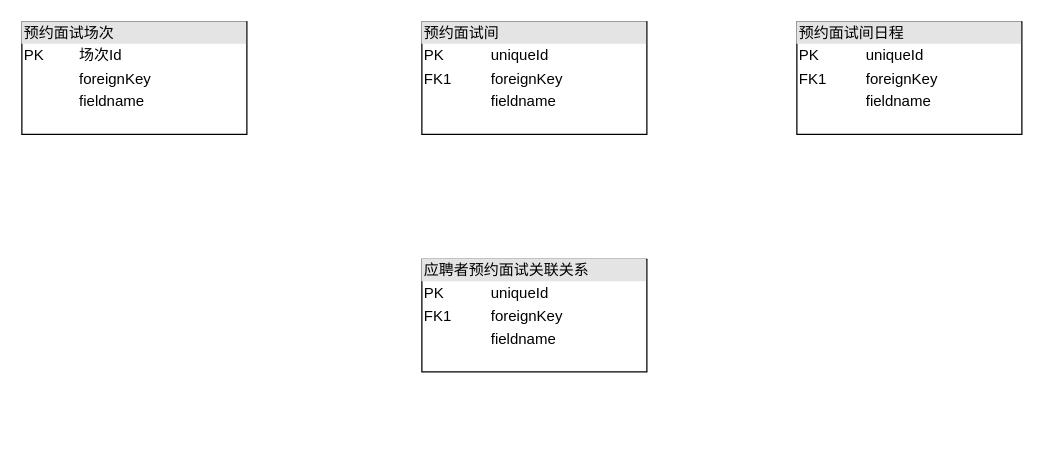
This is Untitled Diagram.drawio from mozhu33/Diagrams, a draw.io file, before an edit. Source tidied: cells renumbered, new cells numbered last; positions are measured from the earlier drawing's top-left corner, leaving out a move shared by most shapes. Both pictures are drawn from the tidied source at 125%, with x=0, y=0 at pixel (21, 21).
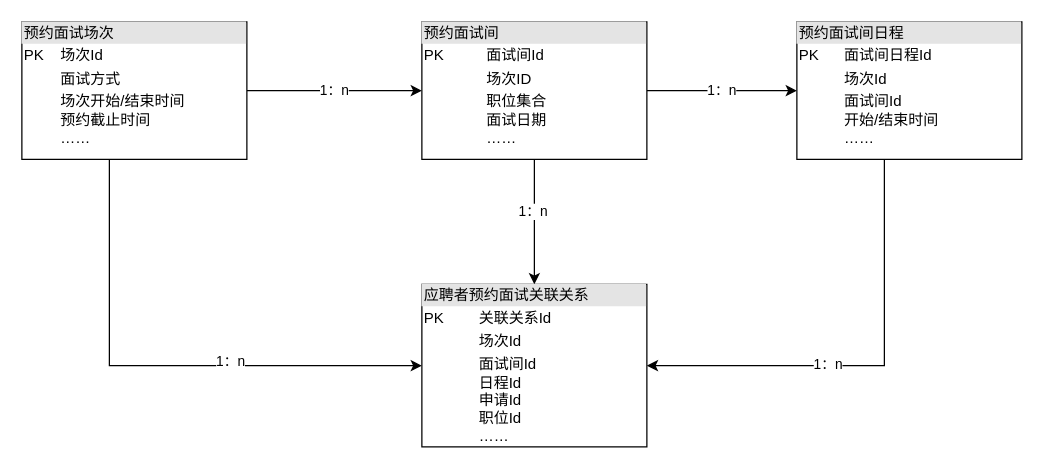
The same page after the edit.

The edit, as a diff of the source:
```diff
@@
 <mxGraphModel>
   <root>
     <mxCell id="0" />
     <mxCell id="1" parent="0" />
+    <mxCell id="6" value="1：n" style="edgeStyle=orthogonalEdgeStyle;rounded=0;jettySize=auto;html=1;" parent="1" edge="1" source="2" target="3">
+      <mxGeometry relative="1" as="geometry" />
+    </mxCell>
+    <mxCell id="7" style="edgeStyle=orthogonalEdgeStyle;rounded=0;jettySize=auto;html=1;entryX=0;entryY=0.5;entryDx=0;entryDy=0;" parent="1" edge="1" source="2" target="5">
+      <mxGeometry relative="1" as="geometry">
+        <Array as="points">
+          <mxPoint x="70" y="275" />
+        </Array>
+      </mxGeometry>
+    </mxCell>
+    <mxCell id="8" value="1：n" style="edgeLabel;html=1;align=center;verticalAlign=middle;" parent="7" vertex="1">
+      <mxGeometry x="0.26" y="4" relative="1" as="geometry" />
+    </mxCell>
-    <mxCell id="2" value="&lt;div style=&quot;box-sizing: border-box ; width: 100% ; background: #e4e4e4 ; padding: 2px&quot;&gt;预约面试场次&lt;/div&gt;&lt;table style=&quot;width: 100% ; font-size: 1em&quot; cellpadding=&quot;2&quot; cellspacing=&quot;0&quot;&gt;&lt;tbody&gt;&lt;tr&gt;&lt;td&gt;PK&lt;/td&gt;&lt;td&gt;场次Id&amp;nbsp;&lt;/td&gt;&lt;/tr&gt;&lt;tr&gt;&lt;td&gt;&lt;br&gt;&lt;/td&gt;&lt;td&gt;foreignKey&lt;/td&gt;&lt;/tr&gt;&lt;tr&gt;&lt;td&gt;&lt;/td&gt;&lt;td&gt;fieldname&lt;/td&gt;&lt;/tr&gt;&lt;/tbody&gt;&lt;/table&gt;" style="verticalAlign=top;align=left;overflow=fill;html=1;" parent="1" vertex="1">
-      <mxGeometry width="180" height="90" as="geometry" />
+    <mxCell id="2" value="&lt;div style=&quot;box-sizing: border-box ; width: 100% ; background: #e4e4e4 ; padding: 2px&quot;&gt;预约面试场次&lt;/div&gt;&lt;table style=&quot;width: 100% ; font-size: 1em&quot; cellpadding=&quot;2&quot; cellspacing=&quot;0&quot;&gt;&lt;tbody&gt;&lt;tr&gt;&lt;td&gt;PK&lt;/td&gt;&lt;td&gt;场次Id&amp;nbsp;&lt;/td&gt;&lt;/tr&gt;&lt;tr&gt;&lt;td&gt;&lt;br&gt;&lt;/td&gt;&lt;td&gt;面试方式&lt;/td&gt;&lt;/tr&gt;&lt;tr&gt;&lt;td&gt;&lt;/td&gt;&lt;td&gt;场次开始/结束时间&lt;br&gt;预约截止时间&lt;br&gt;……&lt;/td&gt;&lt;/tr&gt;&lt;/tbody&gt;&lt;/table&gt;" style="verticalAlign=top;align=left;overflow=fill;html=1;" parent="1" vertex="1">
+      <mxGeometry width="180" height="110" as="geometry" />
     </mxCell>
+    <mxCell id="9" value="1：n" style="edgeStyle=orthogonalEdgeStyle;rounded=0;jettySize=auto;html=1;" parent="1" edge="1" source="3" target="4">
+      <mxGeometry relative="1" as="geometry" />
+    </mxCell>
+    <mxCell id="10" style="edgeStyle=orthogonalEdgeStyle;rounded=0;jettySize=auto;html=1;" parent="1" edge="1" source="3" target="5">
+      <mxGeometry relative="1" as="geometry" />
+    </mxCell>
+    <mxCell id="11" value="1：n" style="edgeLabel;html=1;align=center;verticalAlign=middle;" parent="10" vertex="1">
+      <mxGeometry x="-0.18" y="-2" relative="1" as="geometry" />
+    </mxCell>
-    <mxCell id="3" value="&lt;div style=&quot;box-sizing: border-box ; width: 100% ; background: #e4e4e4 ; padding: 2px&quot;&gt;预约面试间&lt;/div&gt;&lt;table style=&quot;width: 100% ; font-size: 1em&quot; cellpadding=&quot;2&quot; cellspacing=&quot;0&quot;&gt;&lt;tbody&gt;&lt;tr&gt;&lt;td&gt;PK&lt;/td&gt;&lt;td&gt;uniqueId&lt;/td&gt;&lt;/tr&gt;&lt;tr&gt;&lt;td&gt;FK1&lt;/td&gt;&lt;td&gt;foreignKey&lt;/td&gt;&lt;/tr&gt;&lt;tr&gt;&lt;td&gt;&lt;/td&gt;&lt;td&gt;fieldname&lt;/td&gt;&lt;/tr&gt;&lt;/tbody&gt;&lt;/table&gt;" style="verticalAlign=top;align=left;overflow=fill;html=1;" parent="1" vertex="1">
-      <mxGeometry x="320" width="180" height="90" as="geometry" />
+    <mxCell id="3" value="&lt;div style=&quot;box-sizing: border-box ; width: 100% ; background: #e4e4e4 ; padding: 2px&quot;&gt;预约面试间&lt;/div&gt;&lt;table style=&quot;width: 100% ; font-size: 1em&quot; cellpadding=&quot;2&quot; cellspacing=&quot;0&quot;&gt;&lt;tbody&gt;&lt;tr&gt;&lt;td&gt;PK&lt;/td&gt;&lt;td&gt;面试间Id&lt;/td&gt;&lt;/tr&gt;&lt;tr&gt;&lt;td&gt;&lt;br&gt;&lt;/td&gt;&lt;td&gt;场次ID&lt;/td&gt;&lt;/tr&gt;&lt;tr&gt;&lt;td&gt;&lt;/td&gt;&lt;td&gt;职位集合&lt;br&gt;面试日期&lt;br&gt;……&lt;/td&gt;&lt;/tr&gt;&lt;/tbody&gt;&lt;/table&gt;" style="verticalAlign=top;align=left;overflow=fill;html=1;" parent="1" vertex="1">
+      <mxGeometry x="320" width="180" height="110" as="geometry" />
     </mxCell>
+    <mxCell id="12" style="edgeStyle=orthogonalEdgeStyle;rounded=0;jettySize=auto;html=1;entryX=1;entryY=0.5;entryDx=0;entryDy=0;" parent="1" edge="1" source="4" target="5">
+      <mxGeometry relative="1" as="geometry">
+        <Array as="points">
+          <mxPoint x="690" y="275" />
+        </Array>
+      </mxGeometry>
+    </mxCell>
+    <mxCell id="13" value="1：n" style="edgeLabel;html=1;align=center;verticalAlign=middle;" parent="12" vertex="1">
+      <mxGeometry x="0.19" y="-2" relative="1" as="geometry" />
+    </mxCell>
-    <mxCell id="4" value="&lt;div style=&quot;box-sizing: border-box ; width: 100% ; background: #e4e4e4 ; padding: 2px&quot;&gt;预约面试间日程&lt;/div&gt;&lt;table style=&quot;width: 100% ; font-size: 1em&quot; cellpadding=&quot;2&quot; cellspacing=&quot;0&quot;&gt;&lt;tbody&gt;&lt;tr&gt;&lt;td&gt;PK&lt;/td&gt;&lt;td&gt;uniqueId&lt;/td&gt;&lt;/tr&gt;&lt;tr&gt;&lt;td&gt;FK1&lt;/td&gt;&lt;td&gt;foreignKey&lt;/td&gt;&lt;/tr&gt;&lt;tr&gt;&lt;td&gt;&lt;/td&gt;&lt;td&gt;fieldname&lt;/td&gt;&lt;/tr&gt;&lt;/tbody&gt;&lt;/table&gt;" style="verticalAlign=top;align=left;overflow=fill;html=1;" parent="1" vertex="1">
-      <mxGeometry x="620" width="180" height="90" as="geometry" />
+    <mxCell id="4" value="&lt;div style=&quot;box-sizing: border-box ; width: 100% ; background: #e4e4e4 ; padding: 2px&quot;&gt;预约面试间日程&lt;/div&gt;&lt;table style=&quot;width: 100% ; font-size: 1em&quot; cellpadding=&quot;2&quot; cellspacing=&quot;0&quot;&gt;&lt;tbody&gt;&lt;tr&gt;&lt;td&gt;PK&lt;/td&gt;&lt;td&gt;面试间日程Id&lt;/td&gt;&lt;/tr&gt;&lt;tr&gt;&lt;td&gt;&lt;br&gt;&lt;/td&gt;&lt;td&gt;场次Id&lt;/td&gt;&lt;/tr&gt;&lt;tr&gt;&lt;td&gt;&lt;/td&gt;&lt;td&gt;面试间Id&lt;br&gt;开始/结束时间&lt;br&gt;……&lt;/td&gt;&lt;/tr&gt;&lt;/tbody&gt;&lt;/table&gt;" style="verticalAlign=top;align=left;overflow=fill;html=1;" parent="1" vertex="1">
+      <mxGeometry x="620" width="180" height="110" as="geometry" />
     </mxCell>
-    <mxCell id="5" value="&lt;div style=&quot;box-sizing: border-box ; width: 100% ; background: #e4e4e4 ; padding: 2px&quot;&gt;应聘者预约面试关联关系&lt;/div&gt;&lt;table style=&quot;width: 100% ; font-size: 1em&quot; cellpadding=&quot;2&quot; cellspacing=&quot;0&quot;&gt;&lt;tbody&gt;&lt;tr&gt;&lt;td&gt;PK&lt;/td&gt;&lt;td&gt;uniqueId&lt;/td&gt;&lt;/tr&gt;&lt;tr&gt;&lt;td&gt;FK1&lt;/td&gt;&lt;td&gt;foreignKey&lt;/td&gt;&lt;/tr&gt;&lt;tr&gt;&lt;td&gt;&lt;/td&gt;&lt;td&gt;fieldname&lt;/td&gt;&lt;/tr&gt;&lt;/tbody&gt;&lt;/table&gt;" style="verticalAlign=top;align=left;overflow=fill;html=1;" parent="1" vertex="1">
-      <mxGeometry x="320" y="190" width="180" height="90" as="geometry" />
+    <mxCell id="5" value="&lt;div style=&quot;box-sizing: border-box ; width: 100% ; background: #e4e4e4 ; padding: 2px&quot;&gt;应聘者预约面试关联关系&lt;/div&gt;&lt;table style=&quot;width: 100% ; font-size: 1em&quot; cellpadding=&quot;2&quot; cellspacing=&quot;0&quot;&gt;&lt;tbody&gt;&lt;tr&gt;&lt;td&gt;PK&lt;/td&gt;&lt;td&gt;关联关系Id&lt;/td&gt;&lt;/tr&gt;&lt;tr&gt;&lt;td&gt;&lt;br&gt;&lt;/td&gt;&lt;td&gt;场次Id&lt;/td&gt;&lt;/tr&gt;&lt;tr&gt;&lt;td&gt;&lt;/td&gt;&lt;td&gt;面试间Id&lt;br&gt;日程Id&lt;br&gt;申请Id&lt;br&gt;职位Id&lt;br&gt;……&lt;br&gt;&lt;br&gt;&lt;/td&gt;&lt;/tr&gt;&lt;/tbody&gt;&lt;/table&gt;" style="verticalAlign=top;align=left;overflow=fill;html=1;" parent="1" vertex="1">
+      <mxGeometry x="320" y="210" width="180" height="130" as="geometry" />
     </mxCell>
   </root>
 </mxGraphModel>
```
